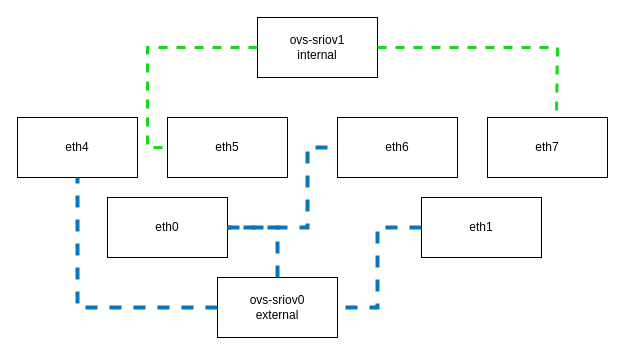
enzoyes/desginsindraw keeps this draw.io diagram as 瀚博靠谱云.drawio. Above is the earlier version. Source tidied: cells renumbered, new cells numbered last; positions are measured from the earlier drawing's top-left corner, leaving out a move shared by most shapes. Both pictures are drawn from the tidied source at 100%, with x=0, y=0 at pixel (17, 17).
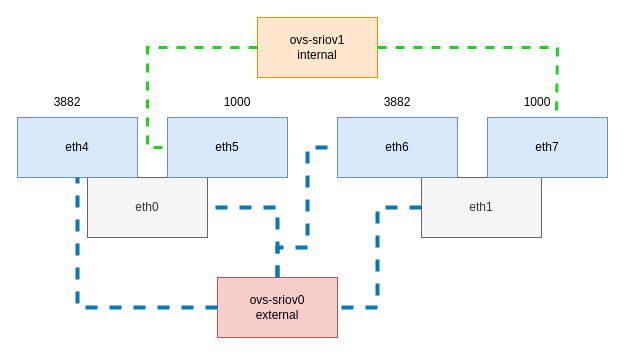
Above is the later version.

Commit message (it also covers changes not shown here):
更新瀚博靠谱云.drawio

The edit, as a diff of the source:
```diff
@@
-    <mxCell id="2" value="ovs-sriov0&lt;br&gt;external" style="rounded=0;whiteSpace=wrap;html=1;" parent="1" vertex="1">
+    <mxCell id="2" value="ovs-sriov0&lt;br&gt;external" style="rounded=0;whiteSpace=wrap;html=1;fillColor=#f8cecc;strokeColor=#b85450;" parent="1" vertex="1">
       <mxGeometry x="200" y="260" width="120" height="60" as="geometry" />
     </mxCell>
-    <mxCell id="3" value="ovs-sriov1&lt;br&gt;internal" style="rounded=0;whiteSpace=wrap;html=1;" parent="1" vertex="1">
+    <mxCell id="3" value="ovs-sriov1&lt;br&gt;internal" style="rounded=0;whiteSpace=wrap;html=1;fillColor=#ffe6cc;strokeColor=#d79b00;" parent="1" vertex="1">
       <mxGeometry x="240" width="120" height="60" as="geometry" />
     </mxCell>
-    <mxCell id="4" value="eth0" style="rounded=0;whiteSpace=wrap;html=1;" parent="1" vertex="1">
-      <mxGeometry x="90" y="180" width="120" height="60" as="geometry" />
+    <mxCell id="4" value="eth0" style="rounded=0;whiteSpace=wrap;html=1;fillColor=#f5f5f5;strokeColor=#666666;fontColor=#333333;" parent="1" vertex="1">
+      <mxGeometry x="70" y="160" width="120" height="60" as="geometry" />
     </mxCell>
-    <mxCell id="5" value="eth1" style="rounded=0;whiteSpace=wrap;html=1;" parent="1" vertex="1">
-      <mxGeometry x="404" y="180" width="120" height="60" as="geometry" />
+    <mxCell id="5" value="eth1" style="rounded=0;whiteSpace=wrap;html=1;fillColor=#f5f5f5;strokeColor=#666666;fontColor=#333333;" parent="1" vertex="1">
+      <mxGeometry x="404" y="160" width="120" height="60" as="geometry" />
     </mxCell>
-    <mxCell id="6" value="eth4" style="rounded=0;whiteSpace=wrap;html=1;" parent="1" vertex="1">
+    <mxCell id="6" value="eth4" style="rounded=0;whiteSpace=wrap;html=1;fillColor=#dae8fc;strokeColor=#6c8ebf;" parent="1" vertex="1">
       <mxGeometry y="100" width="120" height="60" as="geometry" />
     </mxCell>
-    <mxCell id="7" value="eth5" style="rounded=0;whiteSpace=wrap;html=1;" parent="1" vertex="1">
+    <mxCell id="7" value="eth5" style="rounded=0;whiteSpace=wrap;html=1;fillColor=#dae8fc;strokeColor=#6c8ebf;" parent="1" vertex="1">
       <mxGeometry x="150" y="100" width="120" height="60" as="geometry" />
     </mxCell>
-    <mxCell id="8" value="eth6" style="rounded=0;whiteSpace=wrap;html=1;" parent="1" vertex="1">
+    <mxCell id="8" value="eth6" style="rounded=0;whiteSpace=wrap;html=1;fillColor=#dae8fc;strokeColor=#6c8ebf;" parent="1" vertex="1">
       <mxGeometry x="320" y="100" width="120" height="60" as="geometry" />
     </mxCell>
-    <mxCell id="9" value="eth7" style="rounded=0;whiteSpace=wrap;html=1;" parent="1" vertex="1">
+    <mxCell id="9" value="eth7" style="rounded=0;whiteSpace=wrap;html=1;fillColor=#dae8fc;strokeColor=#6c8ebf;" parent="1" vertex="1">
       <mxGeometry x="470" y="100" width="120" height="60" as="geometry" />
     </mxCell>
@@
     <mxCell id="11" style="endArrow=none;html=1;rounded=0;exitX=0.5;exitY=0;exitDx=0;exitDy=0;dashed=1;strokeColor=#0876ba;strokeWidth=4;" parent="1" edge="1" source="2" target="4">
       <mxGeometry relative="1" as="geometry">
         <Array as="points">
-          <mxPoint x="260" y="210" />
+          <mxPoint x="260" y="190" />
         </Array>
       </mxGeometry>
     </mxCell>
@@
-    <mxCell id="14" style="endArrow=none;dashed=1;html=1;rounded=0;entryX=0;entryY=0.5;entryDx=0;entryDy=0;exitX=1;exitY=0.5;exitDx=0;exitDy=0;strokeColor=#0876ba;strokeWidth=4;" parent="1" edge="1" source="4" target="8">
+    <mxCell id="14" style="endArrow=none;dashed=1;html=1;rounded=0;entryX=0;entryY=0.5;entryDx=0;entryDy=0;exitX=0.5;exitY=0;exitDx=0;exitDy=0;strokeColor=#0876ba;strokeWidth=4;" parent="1" edge="1" source="2" target="8">
       <mxGeometry relative="1" as="geometry">
         <Array as="points">
-          <mxPoint x="290" y="210" />
+          <mxPoint x="260" y="230" />
+          <mxPoint x="290" y="230" />
+          <mxPoint x="290" y="190" />
           <mxPoint x="290" y="130" />
         </Array>
       </mxGeometry>
     </mxCell>
     <mxCell id="15" style="endArrow=none;dashed=1;html=1;rounded=0;exitX=0;exitY=0.5;exitDx=0;exitDy=0;entryX=1;entryY=0.5;entryDx=0;entryDy=0;strokeColor=#0876ba;strokeWidth=4;" parent="1" edge="1" source="5" target="2">
       <mxGeometry relative="1" as="geometry">
         <Array as="points">
-          <mxPoint x="360" y="210" />
+          <mxPoint x="360" y="190" />
           <mxPoint x="360" y="290" />
         </Array>
       </mxGeometry>
     </mxCell>
+    <mxCell id="16" value="3882" style="text;html=1;strokeColor=none;fillColor=none;align=center;verticalAlign=middle;whiteSpace=wrap;rounded=0;" parent="1" vertex="1">
+      <mxGeometry x="20" y="70" width="60" height="30" as="geometry" />
+    </mxCell>
+    <mxCell id="17" value="3882" style="text;html=1;strokeColor=none;fillColor=none;align=center;verticalAlign=middle;whiteSpace=wrap;rounded=0;" parent="1" vertex="1">
+      <mxGeometry x="350" y="70" width="60" height="30" as="geometry" />
+    </mxCell>
+    <mxCell id="18" value="1000" style="text;html=1;strokeColor=none;fillColor=none;align=center;verticalAlign=middle;whiteSpace=wrap;rounded=0;" parent="1" vertex="1">
+      <mxGeometry x="190" y="70" width="60" height="30" as="geometry" />
+    </mxCell>
+    <mxCell id="19" value="1000" style="text;html=1;strokeColor=none;fillColor=none;align=center;verticalAlign=middle;whiteSpace=wrap;rounded=0;" parent="1" vertex="1">
+      <mxGeometry x="490" y="70" width="60" height="30" as="geometry" />
+    </mxCell>
```
